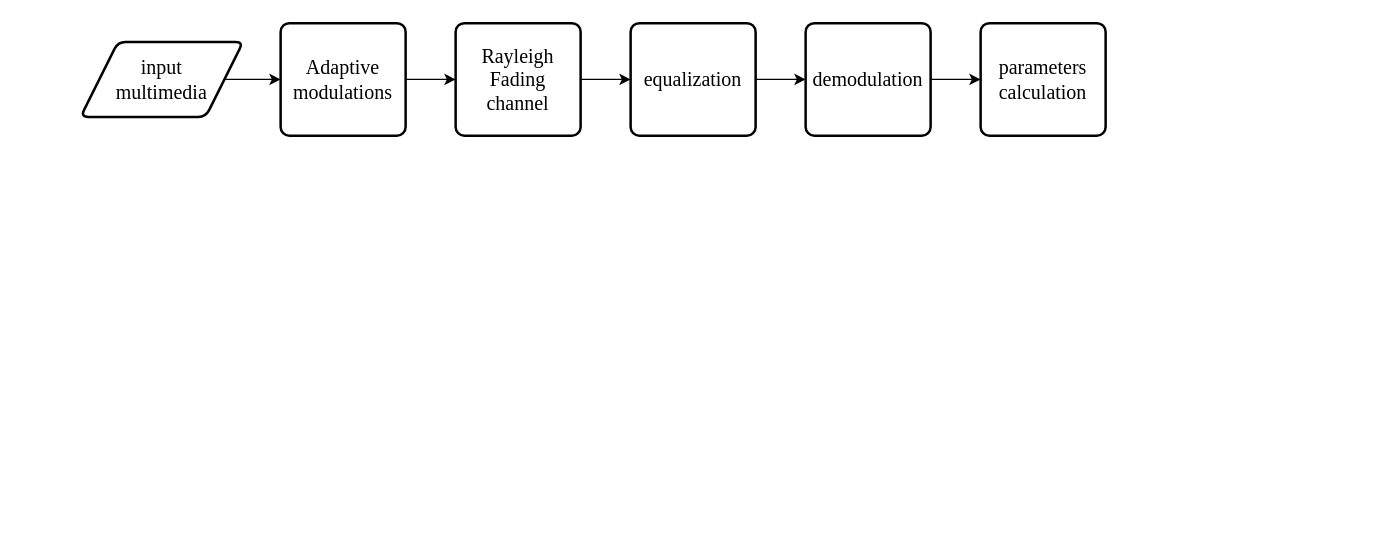
troders34/research keeps this draw.io diagram as page "new" (6 of 6) of mod.drawio. Above is the earlier version. Source tidied: cells renumbered, new cells numbered last; positions are measured from the earlier drawing's top-left corner, leaving out a move shared by most shapes. Both pictures are drawn from the tidied source at 125%, with x=0, y=0 at pixel (80, 22).
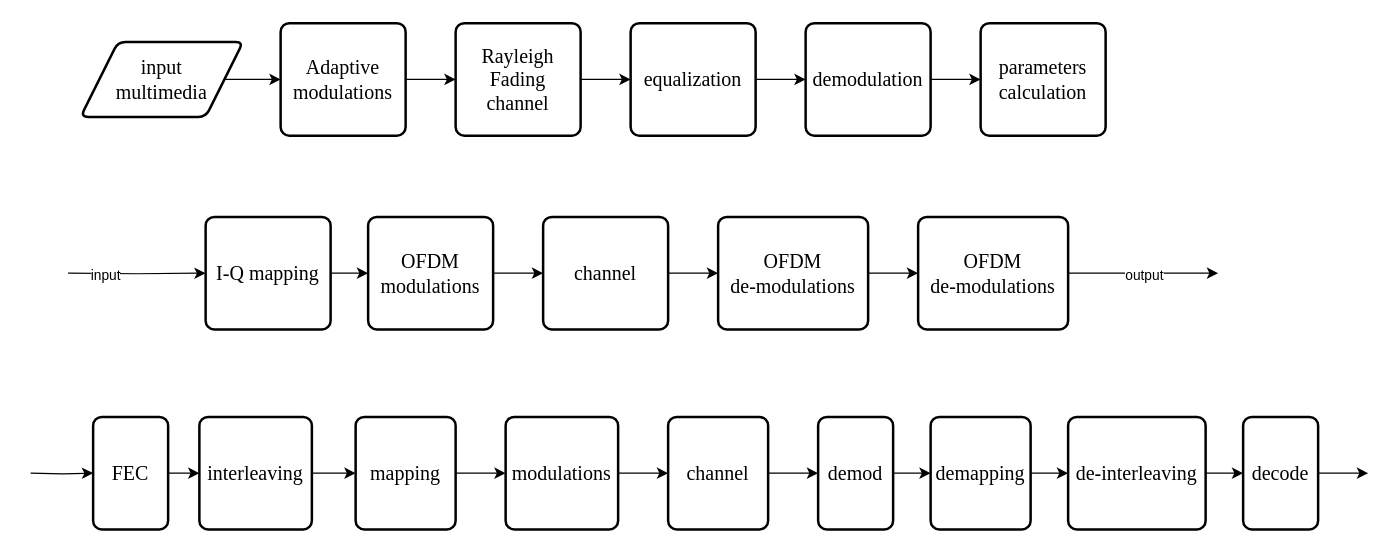
The same diagram, later.

What changed in the source:
```diff
@@
+    <mxCell id="13" style="edgeStyle=orthogonalEdgeStyle;rounded=0;jettySize=auto;html=1;exitX=1;exitY=0.5;exitDx=0;exitDy=0;entryX=0;entryY=0.5;entryDx=0;entryDy=0;" parent="1" edge="1" source="14" target="16">
+      <mxGeometry relative="1" as="geometry" />
+    </mxCell>
+    <mxCell id="14" value="I-Q mapping" style="rounded=1;whiteSpace=wrap;html=1;absoluteArcSize=1;arcSize=14;strokeWidth=2;fontFamily=Times New Roman;fontSize=16;" parent="1" vertex="1">
+      <mxGeometry x="100" y="155" width="100" height="90" as="geometry" />
+    </mxCell>
+    <mxCell id="15" style="edgeStyle=orthogonalEdgeStyle;rounded=0;jettySize=auto;html=1;exitX=1;exitY=0.5;exitDx=0;exitDy=0;entryX=0;entryY=0.5;entryDx=0;entryDy=0;" parent="1" edge="1" source="16" target="18">
+      <mxGeometry relative="1" as="geometry" />
+    </mxCell>
+    <mxCell id="16" value="OFDM modulations" style="rounded=1;whiteSpace=wrap;html=1;absoluteArcSize=1;arcSize=14;strokeWidth=2;fontFamily=Times New Roman;fontSize=16;" parent="1" vertex="1">
+      <mxGeometry x="230" y="155" width="100" height="90" as="geometry" />
+    </mxCell>
+    <mxCell id="17" style="edgeStyle=orthogonalEdgeStyle;rounded=0;jettySize=auto;html=1;exitX=1;exitY=0.5;exitDx=0;exitDy=0;entryX=0;entryY=0.5;entryDx=0;entryDy=0;" parent="1" edge="1" source="18" target="20">
+      <mxGeometry relative="1" as="geometry" />
+    </mxCell>
+    <mxCell id="18" value="channel" style="rounded=1;whiteSpace=wrap;html=1;absoluteArcSize=1;arcSize=14;strokeWidth=2;fontFamily=Times New Roman;fontSize=16;" parent="1" vertex="1">
+      <mxGeometry x="370" y="155" width="100" height="90" as="geometry" />
+    </mxCell>
+    <mxCell id="19" style="edgeStyle=orthogonalEdgeStyle;rounded=0;jettySize=auto;html=1;exitX=1;exitY=0.5;exitDx=0;exitDy=0;entryX=0;entryY=0.5;entryDx=0;entryDy=0;" parent="1" edge="1" source="20" target="25">
+      <mxGeometry relative="1" as="geometry" />
+    </mxCell>
+    <mxCell id="20" value="OFDM&lt;div&gt;de-modulations&lt;/div&gt;" style="rounded=1;whiteSpace=wrap;html=1;absoluteArcSize=1;arcSize=14;strokeWidth=2;fontFamily=Times New Roman;fontSize=16;" parent="1" vertex="1">
+      <mxGeometry x="510" y="155" width="120" height="90" as="geometry" />
+    </mxCell>
+    <mxCell id="21" style="edgeStyle=orthogonalEdgeStyle;rounded=0;jettySize=auto;html=1;entryX=0;entryY=0.5;entryDx=0;entryDy=0;" parent="1" edge="1" target="14">
+      <mxGeometry relative="1" as="geometry">
+        <mxPoint x="-10" y="200" as="sourcePoint" />
+      </mxGeometry>
+    </mxCell>
+    <mxCell id="22" value="input" style="edgeLabel;html=1;align=center;verticalAlign=middle;" parent="21" vertex="1">
+      <mxGeometry x="-0.45" y="-1" relative="1" as="geometry" />
+    </mxCell>
+    <mxCell id="23" style="edgeStyle=orthogonalEdgeStyle;rounded=0;jettySize=auto;html=1;exitX=1;exitY=0.5;exitDx=0;exitDy=0;" parent="1" edge="1" source="25">
+      <mxGeometry relative="1" as="geometry">
+        <mxPoint x="910" y="200" as="targetPoint" />
+      </mxGeometry>
+    </mxCell>
+    <mxCell id="24" value="output" style="edgeLabel;html=1;align=center;verticalAlign=middle;" parent="23" vertex="1">
+      <mxGeometry x="0.01" y="-1" relative="1" as="geometry" />
+    </mxCell>
+    <mxCell id="25" value="OFDM&lt;div&gt;de-modulations&lt;/div&gt;" style="rounded=1;whiteSpace=wrap;html=1;absoluteArcSize=1;arcSize=14;strokeWidth=2;fontFamily=Times New Roman;fontSize=16;" parent="1" vertex="1">
+      <mxGeometry x="670" y="155" width="120" height="90" as="geometry" />
+    </mxCell>
+    <mxCell id="26" style="edgeStyle=orthogonalEdgeStyle;rounded=0;jettySize=auto;html=1;exitX=1;exitY=0.5;exitDx=0;exitDy=0;entryX=0;entryY=0.5;entryDx=0;entryDy=0;" parent="1" edge="1" source="27" target="29">
+      <mxGeometry relative="1" as="geometry" />
+    </mxCell>
+    <mxCell id="27" value="FEC" style="rounded=1;whiteSpace=wrap;html=1;absoluteArcSize=1;arcSize=14;strokeWidth=2;fontFamily=Times New Roman;fontSize=16;" parent="1" vertex="1">
+      <mxGeometry x="10" y="315" width="60" height="90" as="geometry" />
+    </mxCell>
+    <mxCell id="28" style="edgeStyle=orthogonalEdgeStyle;rounded=0;jettySize=auto;html=1;exitX=1;exitY=0.5;exitDx=0;exitDy=0;entryX=0;entryY=0.5;entryDx=0;entryDy=0;" parent="1" edge="1" source="29" target="31">
+      <mxGeometry relative="1" as="geometry" />
+    </mxCell>
+    <mxCell id="29" value="interleaving" style="rounded=1;whiteSpace=wrap;html=1;absoluteArcSize=1;arcSize=14;strokeWidth=2;fontFamily=Times New Roman;fontSize=16;" parent="1" vertex="1">
+      <mxGeometry x="95" y="315" width="90" height="90" as="geometry" />
+    </mxCell>
+    <mxCell id="30" style="edgeStyle=orthogonalEdgeStyle;rounded=0;jettySize=auto;html=1;exitX=1;exitY=0.5;exitDx=0;exitDy=0;entryX=0;entryY=0.5;entryDx=0;entryDy=0;" parent="1" edge="1" source="31" target="33">
+      <mxGeometry relative="1" as="geometry" />
+    </mxCell>
+    <mxCell id="31" value="mapping" style="rounded=1;whiteSpace=wrap;html=1;absoluteArcSize=1;arcSize=14;strokeWidth=2;fontFamily=Times New Roman;fontSize=16;" parent="1" vertex="1">
+      <mxGeometry x="220" y="315" width="80" height="90" as="geometry" />
+    </mxCell>
+    <mxCell id="32" style="edgeStyle=orthogonalEdgeStyle;rounded=0;jettySize=auto;html=1;exitX=1;exitY=0.5;exitDx=0;exitDy=0;entryX=0;entryY=0.5;entryDx=0;entryDy=0;" parent="1" edge="1" source="33" target="35">
+      <mxGeometry relative="1" as="geometry" />
+    </mxCell>
+    <mxCell id="33" value="modulations" style="rounded=1;whiteSpace=wrap;html=1;absoluteArcSize=1;arcSize=14;strokeWidth=2;fontFamily=Times New Roman;fontSize=16;" parent="1" vertex="1">
+      <mxGeometry x="340" y="315" width="90" height="90" as="geometry" />
+    </mxCell>
+    <mxCell id="34" style="edgeStyle=orthogonalEdgeStyle;rounded=0;jettySize=auto;html=1;exitX=1;exitY=0.5;exitDx=0;exitDy=0;entryX=0;entryY=0.5;entryDx=0;entryDy=0;" parent="1" edge="1" source="35" target="37">
+      <mxGeometry relative="1" as="geometry" />
+    </mxCell>
+    <mxCell id="35" value="channel" style="rounded=1;whiteSpace=wrap;html=1;absoluteArcSize=1;arcSize=14;strokeWidth=2;fontFamily=Times New Roman;fontSize=16;" parent="1" vertex="1">
+      <mxGeometry x="470" y="315" width="80" height="90" as="geometry" />
+    </mxCell>
+    <mxCell id="36" style="edgeStyle=orthogonalEdgeStyle;rounded=0;jettySize=auto;html=1;exitX=1;exitY=0.5;exitDx=0;exitDy=0;entryX=0;entryY=0.5;entryDx=0;entryDy=0;" parent="1" edge="1" source="37" target="39">
+      <mxGeometry relative="1" as="geometry" />
+    </mxCell>
+    <mxCell id="37" value="demod" style="rounded=1;whiteSpace=wrap;html=1;absoluteArcSize=1;arcSize=14;strokeWidth=2;fontFamily=Times New Roman;fontSize=16;" parent="1" vertex="1">
+      <mxGeometry x="590" y="315" width="60" height="90" as="geometry" />
+    </mxCell>
+    <mxCell id="38" style="edgeStyle=orthogonalEdgeStyle;rounded=0;jettySize=auto;html=1;exitX=1;exitY=0.5;exitDx=0;exitDy=0;entryX=0;entryY=0.5;entryDx=0;entryDy=0;" parent="1" edge="1" source="39" target="42">
+      <mxGeometry relative="1" as="geometry" />
+    </mxCell>
+    <mxCell id="39" value="demapping" style="rounded=1;whiteSpace=wrap;html=1;absoluteArcSize=1;arcSize=14;strokeWidth=2;fontFamily=Times New Roman;fontSize=16;" parent="1" vertex="1">
+      <mxGeometry x="680" y="315" width="80" height="90" as="geometry" />
+    </mxCell>
+    <mxCell id="40" style="edgeStyle=orthogonalEdgeStyle;rounded=0;jettySize=auto;html=1;entryX=0;entryY=0.5;entryDx=0;entryDy=0;" parent="1" edge="1" target="27">
+      <mxGeometry relative="1" as="geometry">
+        <mxPoint x="-40" y="360" as="sourcePoint" />
+      </mxGeometry>
+    </mxCell>
+    <mxCell id="41" style="edgeStyle=orthogonalEdgeStyle;rounded=0;jettySize=auto;html=1;exitX=1;exitY=0.5;exitDx=0;exitDy=0;entryX=0;entryY=0.5;entryDx=0;entryDy=0;" parent="1" edge="1" source="42" target="44">
+      <mxGeometry relative="1" as="geometry" />
+    </mxCell>
+    <mxCell id="42" value="de-interleaving" style="rounded=1;whiteSpace=wrap;html=1;absoluteArcSize=1;arcSize=14;strokeWidth=2;fontFamily=Times New Roman;fontSize=16;" parent="1" vertex="1">
+      <mxGeometry x="790" y="315" width="110" height="90" as="geometry" />
+    </mxCell>
+    <mxCell id="43" style="edgeStyle=orthogonalEdgeStyle;rounded=0;jettySize=auto;html=1;exitX=1;exitY=0.5;exitDx=0;exitDy=0;" parent="1" edge="1" source="44">
+      <mxGeometry relative="1" as="geometry">
+        <mxPoint x="1030" y="360" as="targetPoint" />
+      </mxGeometry>
+    </mxCell>
+    <mxCell id="44" value="decode" style="rounded=1;whiteSpace=wrap;html=1;absoluteArcSize=1;arcSize=14;strokeWidth=2;fontFamily=Times New Roman;fontSize=16;" parent="1" vertex="1">
+      <mxGeometry x="930" y="315" width="60" height="90" as="geometry" />
+    </mxCell>
```
